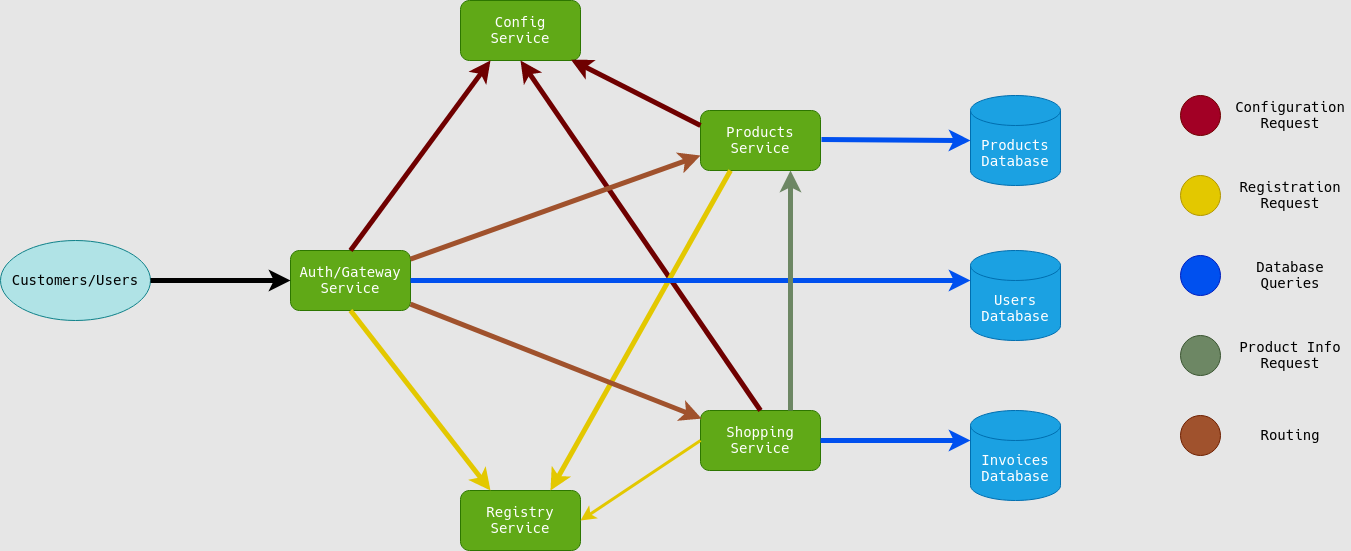
SirNoob97/OnlineStore keeps this draw.io diagram as diagram.png. Above is the earlier version. Source tidied: cells renumbered, new cells last; positions are measured from the earlier drawing's top-left corner, leaving out a move shared by most shapes.
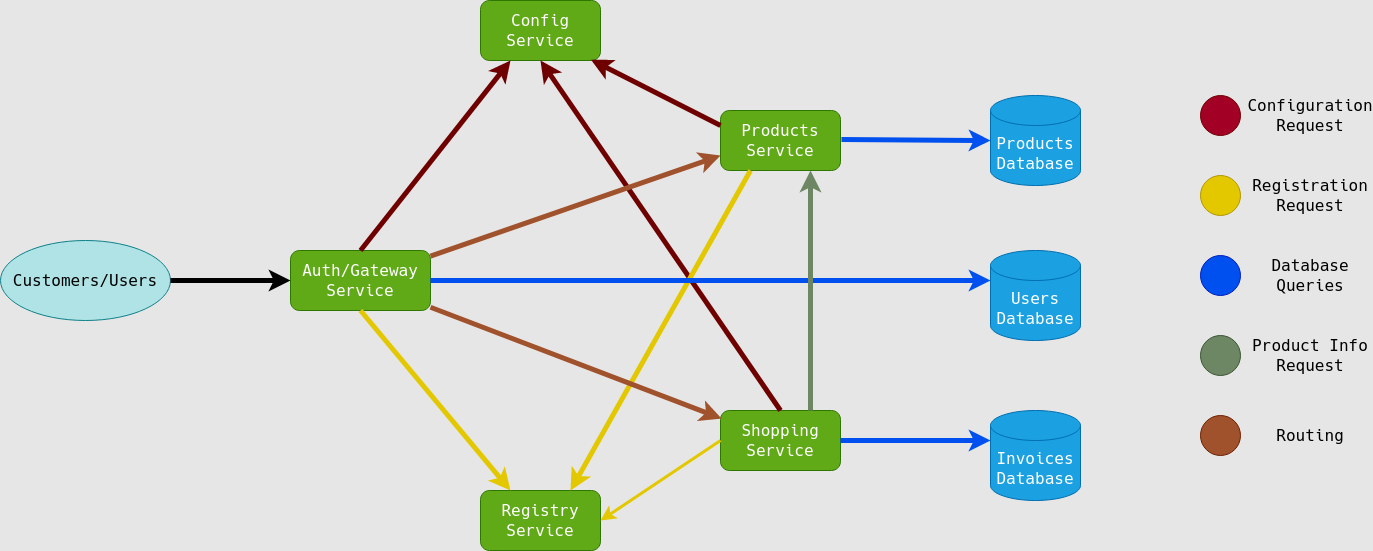
Later version of the same file.

Commit message:
16px size font

What changed in the source:
```diff
@@ -2,103 +2,103 @@
   <root>
     <mxCell id="0" style="html=1;" />
     <mxCell id="1" style="html=1;" parent="0" />
-    <mxCell id="2" value="Auth/Gateway Service" style="rounded=1;whiteSpace=wrap;html=1;fillColor=#60a917;strokeColor=#2D7600;fontColor=#ffffff;fontFamily=Verdana;fontSize=14;" parent="1" vertex="1">
-      <mxGeometry x="290" y="250" width="120" height="60" as="geometry" />
+    <mxCell id="2" value="Auth/Gateway Service" style="rounded=1;whiteSpace=wrap;html=1;fillColor=#60a917;strokeColor=#2D7600;fontColor=#ffffff;fontFamily=Verdana;fontSize=16;" parent="1" vertex="1">
+      <mxGeometry x="270" y="250" width="140" height="60" as="geometry" />
     </mxCell>
-    <mxCell id="3" value="Products Service" style="rounded=1;whiteSpace=wrap;html=1;fillColor=#60a917;strokeColor=#2D7600;fontColor=#ffffff;fontFamily=Verdana;fontSize=14;" parent="1" vertex="1">
+    <mxCell id="3" value="Products Service" style="rounded=1;whiteSpace=wrap;html=1;fillColor=#60a917;strokeColor=#2D7600;fontColor=#ffffff;fontFamily=Verdana;fontSize=16;" parent="1" vertex="1">
       <mxGeometry x="700" y="110" width="120" height="60" as="geometry" />
     </mxCell>
-    <mxCell id="4" value="Shopping Service" style="rounded=1;whiteSpace=wrap;html=1;fillColor=#60a917;strokeColor=#2D7600;fontColor=#ffffff;fontFamily=Verdana;fontSize=14;" parent="1" vertex="1">
+    <mxCell id="4" value="Shopping Service" style="rounded=1;whiteSpace=wrap;html=1;fillColor=#60a917;strokeColor=#2D7600;fontColor=#ffffff;fontFamily=Verdana;fontSize=16;" parent="1" vertex="1">
       <mxGeometry x="700" y="410" width="120" height="60" as="geometry" />
     </mxCell>
-    <mxCell id="5" value="Config Service" style="rounded=1;whiteSpace=wrap;html=1;fillColor=#60a917;strokeColor=#2D7600;fontColor=#ffffff;fontFamily=Verdana;fontSize=14;" parent="1" vertex="1">
+    <mxCell id="5" value="Config Service" style="rounded=1;whiteSpace=wrap;html=1;fillColor=#60a917;strokeColor=#2D7600;fontColor=#ffffff;fontFamily=Verdana;fontSize=16;" parent="1" vertex="1">
       <mxGeometry x="460" width="120" height="60" as="geometry" />
     </mxCell>
-    <mxCell id="6" value="Registry Service" style="rounded=1;whiteSpace=wrap;html=1;fillColor=#60a917;strokeColor=#2D7600;fontColor=#ffffff;fontFamily=Verdana;fontSize=14;" parent="1" vertex="1">
+    <mxCell id="6" value="Registry Service" style="rounded=1;whiteSpace=wrap;html=1;fillColor=#60a917;strokeColor=#2D7600;fontColor=#ffffff;fontFamily=Verdana;fontSize=16;" parent="1" vertex="1">
       <mxGeometry x="460" y="490" width="120" height="60" as="geometry" />
     </mxCell>
-    <mxCell id="7" value="&lt;div&gt;Products&lt;/div&gt;&lt;div&gt;Database&lt;/div&gt;" style="shape=cylinder3;whiteSpace=wrap;html=1;boundedLbl=1;backgroundOutline=1;size=15;fontFamily=Verdana;fillColor=#1ba1e2;strokeColor=#006EAF;fontColor=#ffffff;fontSize=14;" parent="1" vertex="1">
+    <mxCell id="7" value="&lt;div style=&quot;font-size: 16px;&quot;&gt;Products&lt;/div&gt;&lt;div style=&quot;font-size: 16px;&quot;&gt;Database&lt;/div&gt;" style="shape=cylinder3;whiteSpace=wrap;html=1;boundedLbl=1;backgroundOutline=1;size=15;fontFamily=Verdana;fillColor=#1ba1e2;strokeColor=#006EAF;fontColor=#ffffff;fontSize=16;" parent="1" vertex="1">
       <mxGeometry x="970" y="95" width="90" height="90" as="geometry" />
     </mxCell>
-    <mxCell id="8" value="&lt;div&gt;Users&lt;/div&gt;&lt;div&gt;Database&lt;/div&gt;" style="shape=cylinder3;whiteSpace=wrap;html=1;boundedLbl=1;backgroundOutline=1;size=15;fontFamily=Verdana;fillColor=#1ba1e2;strokeColor=#006EAF;fontColor=#ffffff;fontSize=14;" parent="1" vertex="1">
+    <mxCell id="8" value="&lt;div style=&quot;font-size: 16px;&quot;&gt;Users&lt;/div&gt;&lt;div style=&quot;font-size: 16px;&quot;&gt;Database&lt;/div&gt;" style="shape=cylinder3;whiteSpace=wrap;html=1;boundedLbl=1;backgroundOutline=1;size=15;fontFamily=Verdana;fillColor=#1ba1e2;strokeColor=#006EAF;fontColor=#ffffff;fontSize=16;" parent="1" vertex="1">
       <mxGeometry x="970" y="250" width="90" height="90" as="geometry" />
     </mxCell>
-    <mxCell id="9" value="&lt;div&gt;Invoices&lt;/div&gt;&lt;div&gt;Database&lt;/div&gt;" style="shape=cylinder3;whiteSpace=wrap;html=1;boundedLbl=1;backgroundOutline=1;size=15;fontFamily=Verdana;fillColor=#1ba1e2;strokeColor=#006EAF;fontColor=#ffffff;fontSize=14;" parent="1" vertex="1">
+    <mxCell id="9" value="&lt;div style=&quot;font-size: 16px;&quot;&gt;Invoices&lt;/div&gt;&lt;div style=&quot;font-size: 16px;&quot;&gt;Database&lt;/div&gt;" style="shape=cylinder3;whiteSpace=wrap;html=1;boundedLbl=1;backgroundOutline=1;size=15;fontFamily=Verdana;fillColor=#1ba1e2;strokeColor=#006EAF;fontColor=#ffffff;fontSize=16;" parent="1" vertex="1">
       <mxGeometry x="970" y="410" width="90" height="90" as="geometry" />
     </mxCell>
-    <mxCell id="10" style="endArrow=classic;html=1;fontFamily=Verdana;fontSize=14;exitX=0.5;exitY=0;exitDx=0;exitDy=0;entryX=0.25;entryY=1;entryDx=0;entryDy=0;fillColor=#a20025;strokeColor=#6F0000;strokeWidth=5;" parent="1" edge="1" source="2" target="5">
+    <mxCell id="10" style="endArrow=classic;html=1;fontFamily=Verdana;fontSize=16;exitX=0.5;exitY=0;exitDx=0;exitDy=0;entryX=0.25;entryY=1;entryDx=0;entryDy=0;fillColor=#a20025;strokeColor=#6F0000;strokeWidth=5;" parent="1" edge="1" source="2" target="5">
       <mxGeometry relative="1" as="geometry" />
     </mxCell>
-    <mxCell id="11" style="endArrow=classic;html=1;fontFamily=Verdana;fontSize=14;entryX=0.921;entryY=0.988;entryDx=0;entryDy=0;exitX=0;exitY=0.25;exitDx=0;exitDy=0;entryPerimeter=0;fillColor=#a20025;strokeColor=#6F0000;strokeWidth=5;" parent="1" edge="1" source="3" target="5">
+    <mxCell id="11" style="endArrow=classic;html=1;fontFamily=Verdana;fontSize=16;entryX=0.921;entryY=0.988;entryDx=0;entryDy=0;exitX=0;exitY=0.25;exitDx=0;exitDy=0;entryPerimeter=0;fillColor=#a20025;strokeColor=#6F0000;strokeWidth=5;" parent="1" edge="1" source="3" target="5">
       <mxGeometry relative="1" as="geometry" />
     </mxCell>
-    <mxCell id="12" style="endArrow=classic;html=1;fontFamily=Verdana;fontSize=14;exitX=0.5;exitY=0;exitDx=0;exitDy=0;entryX=0.5;entryY=1;entryDx=0;entryDy=0;fillColor=#a20025;strokeColor=#6F0000;strokeWidth=5;" parent="1" edge="1" source="4" target="5">
+    <mxCell id="12" style="endArrow=classic;html=1;fontFamily=Verdana;fontSize=16;exitX=0.5;exitY=0;exitDx=0;exitDy=0;entryX=0.5;entryY=1;entryDx=0;entryDy=0;fillColor=#a20025;strokeColor=#6F0000;strokeWidth=5;" parent="1" edge="1" source="4" target="5">
       <mxGeometry relative="1" as="geometry" />
     </mxCell>
-    <mxCell id="13" style="endArrow=classic;html=1;fontFamily=Verdana;fontSize=14;exitX=0.25;exitY=1;exitDx=0;exitDy=0;entryX=0.75;entryY=0;entryDx=0;entryDy=0;fillColor=#e3c800;strokeColor=#E3C800;strokeWidth=5;" parent="1" edge="1" source="3" target="6">
+    <mxCell id="13" style="endArrow=classic;html=1;fontFamily=Verdana;fontSize=16;exitX=0.25;exitY=1;exitDx=0;exitDy=0;entryX=0.75;entryY=0;entryDx=0;entryDy=0;fillColor=#e3c800;strokeColor=#E3C800;strokeWidth=5;" parent="1" edge="1" source="3" target="6">
       <mxGeometry relative="1" as="geometry" />
     </mxCell>
-    <mxCell id="14" style="endArrow=classic;html=1;fontFamily=Verdana;fontSize=14;exitX=0;exitY=0.5;exitDx=0;exitDy=0;entryX=1;entryY=0.5;entryDx=0;entryDy=0;fillColor=#e3c800;strokeColor=#E3C800;strokeWidth=3;" parent="1" edge="1" source="4" target="6">
+    <mxCell id="14" style="endArrow=classic;html=1;fontFamily=Verdana;fontSize=16;exitX=0;exitY=0.5;exitDx=0;exitDy=0;entryX=1;entryY=0.5;entryDx=0;entryDy=0;fillColor=#e3c800;strokeColor=#E3C800;strokeWidth=3;" parent="1" edge="1" source="4" target="6">
       <mxGeometry relative="1" as="geometry" />
     </mxCell>
-    <mxCell id="15" style="endArrow=classic;html=1;fontFamily=Verdana;fontSize=14;exitX=0.5;exitY=1;exitDx=0;exitDy=0;entryX=0.25;entryY=0;entryDx=0;entryDy=0;fillColor=#e3c800;strokeColor=#E3C800;strokeWidth=5;" parent="1" edge="1" source="2" target="6">
+    <mxCell id="15" style="endArrow=classic;html=1;fontFamily=Verdana;fontSize=16;exitX=0.5;exitY=1;exitDx=0;exitDy=0;entryX=0.25;entryY=0;entryDx=0;entryDy=0;fillColor=#e3c800;strokeColor=#E3C800;strokeWidth=5;" parent="1" edge="1" source="2" target="6">
       <mxGeometry relative="1" as="geometry" />
     </mxCell>
-    <mxCell id="16" style="endArrow=classic;html=1;fontFamily=Verdana;fontSize=14;exitX=1;exitY=0.5;exitDx=0;exitDy=0;entryX=0;entryY=0;entryDx=0;entryDy=30;entryPerimeter=0;fillColor=#0050ef;strokeColor=#0050EF;strokeWidth=5;" parent="1" edge="1" source="2" target="8">
+    <mxCell id="16" style="endArrow=classic;html=1;fontFamily=Verdana;fontSize=16;exitX=1;exitY=0.5;exitDx=0;exitDy=0;entryX=0;entryY=0;entryDx=0;entryDy=30;entryPerimeter=0;fillColor=#0050ef;strokeColor=#0050EF;strokeWidth=5;" parent="1" edge="1" source="2" target="8">
       <mxGeometry relative="1" as="geometry" />
     </mxCell>
-    <mxCell id="17" style="endArrow=classic;html=1;fontFamily=Verdana;fontSize=14;exitX=1;exitY=0.5;exitDx=0;exitDy=0;entryX=0;entryY=0;entryDx=0;entryDy=30;entryPerimeter=0;fillColor=#0050ef;strokeColor=#0050EF;strokeWidth=5;" parent="1" edge="1" source="4" target="9">
+    <mxCell id="17" style="endArrow=classic;html=1;fontFamily=Verdana;fontSize=16;exitX=1;exitY=0.5;exitDx=0;exitDy=0;entryX=0;entryY=0;entryDx=0;entryDy=30;entryPerimeter=0;fillColor=#0050ef;strokeColor=#0050EF;strokeWidth=5;" parent="1" edge="1" source="4" target="9">
       <mxGeometry relative="1" as="geometry" />
     </mxCell>
-    <mxCell id="18" style="endArrow=classic;html=1;fontFamily=Verdana;fontSize=14;exitX=1;exitY=0.5;exitDx=0;exitDy=0;fillColor=#0050ef;strokeColor=#0050EF;strokeWidth=5;" parent="1" edge="1">
+    <mxCell id="18" style="endArrow=classic;html=1;fontFamily=Verdana;fontSize=16;exitX=1;exitY=0.5;exitDx=0;exitDy=0;fillColor=#0050ef;strokeColor=#0050EF;strokeWidth=5;" parent="1" edge="1">
       <mxGeometry relative="1" as="geometry">
         <mxPoint x="821" y="139" as="sourcePoint" />
         <mxPoint x="970" y="140" as="targetPoint" />
       </mxGeometry>
     </mxCell>
-    <mxCell id="19" style="endArrow=classic;html=1;fontFamily=Verdana;fontSize=14;exitX=0.75;exitY=0;exitDx=0;exitDy=0;entryX=0.75;entryY=1;entryDx=0;entryDy=0;fillColor=#6d8764;strokeWidth=5;strokeColor=#6D8764;" parent="1" edge="1" source="4" target="3">
+    <mxCell id="19" style="endArrow=classic;html=1;fontFamily=Verdana;fontSize=16;exitX=0.75;exitY=0;exitDx=0;exitDy=0;entryX=0.75;entryY=1;entryDx=0;entryDy=0;fillColor=#6d8764;strokeWidth=5;strokeColor=#6D8764;" parent="1" edge="1" source="4" target="3">
       <mxGeometry relative="1" as="geometry" />
     </mxCell>
-    <mxCell id="20" style="endArrow=classic;html=1;fontFamily=Verdana;fontSize=14;entryX=0;entryY=0.75;entryDx=0;entryDy=0;fillColor=#a0522d;strokeWidth=5;strokeColor=#A0522D;" parent="1" edge="1" source="2" target="3">
+    <mxCell id="20" style="endArrow=classic;html=1;fontFamily=Verdana;fontSize=16;entryX=0;entryY=0.75;entryDx=0;entryDy=0;fillColor=#a0522d;strokeWidth=5;strokeColor=#A0522D;" parent="1" edge="1" source="2" target="3">
       <mxGeometry relative="1" as="geometry" />
     </mxCell>
-    <mxCell id="21" style="endArrow=classic;html=1;fontFamily=Verdana;fontSize=14;entryX=0.009;entryY=0.135;entryDx=0;entryDy=0;entryPerimeter=0;fillColor=#d80073;strokeWidth=5;strokeColor=#A0522D;" parent="1" edge="1" source="2" target="4">
+    <mxCell id="21" style="endArrow=classic;html=1;fontFamily=Verdana;fontSize=16;entryX=0.009;entryY=0.135;entryDx=0;entryDy=0;entryPerimeter=0;fillColor=#d80073;strokeWidth=5;strokeColor=#A0522D;" parent="1" edge="1" source="2" target="4">
       <mxGeometry relative="1" as="geometry" />
     </mxCell>
-    <mxCell id="22" value="Customers/Users" style="ellipse;whiteSpace=wrap;html=1;fontFamily=Verdana;fontSize=14;fillColor=#b0e3e6;strokeColor=#0e8088;" parent="1" vertex="1">
-      <mxGeometry y="240" width="150" height="80" as="geometry" />
+    <mxCell id="22" value="Customers/Users" style="ellipse;whiteSpace=wrap;html=1;fontFamily=Verdana;fontSize=16;fillColor=#b0e3e6;strokeColor=#0e8088;" parent="1" vertex="1">
+      <mxGeometry x="-20" y="240" width="170" height="80" as="geometry" />
     </mxCell>
-    <mxCell id="23" style="endArrow=classic;html=1;fontFamily=Verdana;fontSize=14;entryX=0;entryY=0.5;entryDx=0;entryDy=0;strokeWidth=5;" parent="1" edge="1" source="22" target="2">
+    <mxCell id="23" style="endArrow=classic;html=1;fontFamily=Verdana;fontSize=16;entryX=0;entryY=0.5;entryDx=0;entryDy=0;strokeWidth=5;" parent="1" edge="1" source="22" target="2">
       <mxGeometry relative="1" as="geometry" />
     </mxCell>
-    <mxCell id="24" style="ellipse;whiteSpace=wrap;html=1;fontFamily=Verdana;fontSize=14;fillColor=#a20025;strokeColor=#6F0000;fontColor=#ffffff;" parent="1" vertex="1">
+    <mxCell id="24" style="ellipse;whiteSpace=wrap;html=1;fontFamily=Verdana;fontSize=16;fillColor=#a20025;strokeColor=#6F0000;fontColor=#ffffff;" parent="1" vertex="1">
       <mxGeometry x="1180" y="95" width="40" height="40" as="geometry" />
     </mxCell>
-    <mxCell id="25" value="&lt;div&gt;Configuration&lt;/div&gt;&lt;div&gt;Request&lt;/div&gt;" style="rounded=0;whiteSpace=wrap;html=1;fontFamily=Verdana;fontSize=14;fillColor=none;strokeColor=none;" parent="1" vertex="1">
+    <mxCell id="25" value="&lt;div style=&quot;font-size: 16px;&quot;&gt;Configuration&lt;/div&gt;&lt;div style=&quot;font-size: 16px;&quot;&gt;Request&lt;/div&gt;" style="rounded=0;whiteSpace=wrap;html=1;fontFamily=Verdana;fontSize=16;fillColor=none;strokeColor=none;" parent="1" vertex="1">
       <mxGeometry x="1230" y="95" width="120" height="40" as="geometry" />
     </mxCell>
-    <mxCell id="26" style="ellipse;whiteSpace=wrap;html=1;fontFamily=Verdana;fontSize=14;fillColor=#e3c800;strokeColor=#B09500;fontColor=#ffffff;" parent="1" vertex="1">
+    <mxCell id="26" style="ellipse;whiteSpace=wrap;html=1;fontFamily=Verdana;fontSize=16;fillColor=#e3c800;strokeColor=#B09500;fontColor=#ffffff;" parent="1" vertex="1">
       <mxGeometry x="1180" y="175" width="40" height="40" as="geometry" />
     </mxCell>
-    <mxCell id="27" value="&lt;div&gt;Registration&lt;/div&gt;&lt;div&gt;Request&lt;/div&gt;" style="rounded=0;whiteSpace=wrap;html=1;fontFamily=Verdana;fontSize=14;fillColor=none;strokeColor=none;" parent="1" vertex="1">
+    <mxCell id="27" value="&lt;div style=&quot;font-size: 16px;&quot;&gt;Registration&lt;/div&gt;&lt;div style=&quot;font-size: 16px;&quot;&gt;Request&lt;/div&gt;" style="rounded=0;whiteSpace=wrap;html=1;fontFamily=Verdana;fontSize=16;fillColor=none;strokeColor=none;" parent="1" vertex="1">
       <mxGeometry x="1230" y="175" width="120" height="40" as="geometry" />
     </mxCell>
-    <mxCell id="28" style="ellipse;whiteSpace=wrap;html=1;fontFamily=Verdana;fontSize=14;fillColor=#0050ef;strokeColor=#001DBC;fontColor=#ffffff;" parent="1" vertex="1">
+    <mxCell id="28" style="ellipse;whiteSpace=wrap;html=1;fontFamily=Verdana;fontSize=16;fillColor=#0050ef;strokeColor=#001DBC;fontColor=#ffffff;" parent="1" vertex="1">
       <mxGeometry x="1180" y="255" width="40" height="40" as="geometry" />
     </mxCell>
-    <mxCell id="29" value="&lt;div&gt;Database&lt;/div&gt;&lt;div&gt;Queries&lt;br&gt;&lt;/div&gt;" style="rounded=0;whiteSpace=wrap;html=1;fontFamily=Verdana;fontSize=14;fillColor=none;strokeColor=none;" parent="1" vertex="1">
+    <mxCell id="29" value="&lt;div style=&quot;font-size: 16px;&quot;&gt;Database&lt;/div&gt;&lt;div style=&quot;font-size: 16px;&quot;&gt;Queries&lt;br style=&quot;font-size: 16px;&quot;&gt;&lt;/div&gt;" style="rounded=0;whiteSpace=wrap;html=1;fontFamily=Verdana;fontSize=16;fillColor=none;strokeColor=none;" parent="1" vertex="1">
       <mxGeometry x="1230" y="255" width="120" height="40" as="geometry" />
     </mxCell>
-    <mxCell id="30" style="ellipse;whiteSpace=wrap;html=1;fontFamily=Verdana;fontSize=14;strokeColor=#3A5431;fontColor=#ffffff;fillColor=#6d8764;" parent="1" vertex="1">
+    <mxCell id="30" style="ellipse;whiteSpace=wrap;html=1;fontFamily=Verdana;fontSize=16;strokeColor=#3A5431;fontColor=#ffffff;fillColor=#6d8764;" parent="1" vertex="1">
       <mxGeometry x="1180" y="335" width="40" height="40" as="geometry" />
     </mxCell>
-    <mxCell id="31" value="&lt;div&gt;Product Info&lt;/div&gt;&lt;div&gt;Request&lt;br&gt;&lt;/div&gt;" style="rounded=0;whiteSpace=wrap;html=1;fontFamily=Verdana;fontSize=14;fillColor=none;strokeColor=none;" parent="1" vertex="1">
+    <mxCell id="31" value="&lt;div style=&quot;font-size: 16px;&quot;&gt;Product Info&lt;/div&gt;&lt;div style=&quot;font-size: 16px;&quot;&gt;Request&lt;br style=&quot;font-size: 16px;&quot;&gt;&lt;/div&gt;" style="rounded=0;whiteSpace=wrap;html=1;fontFamily=Verdana;fontSize=16;fillColor=none;strokeColor=none;" parent="1" vertex="1">
       <mxGeometry x="1230" y="335" width="120" height="40" as="geometry" />
     </mxCell>
-    <mxCell id="32" style="ellipse;whiteSpace=wrap;html=1;fontFamily=Verdana;fontSize=14;strokeColor=#6D1F00;fontColor=#ffffff;fillColor=#A0522D;" parent="1" vertex="1">
+    <mxCell id="32" style="ellipse;whiteSpace=wrap;html=1;fontFamily=Verdana;fontSize=16;strokeColor=#6D1F00;fontColor=#ffffff;fillColor=#A0522D;" parent="1" vertex="1">
       <mxGeometry x="1180" y="415" width="40" height="40" as="geometry" />
     </mxCell>
-    <mxCell id="33" value="Routing" style="rounded=0;whiteSpace=wrap;html=1;fontFamily=Verdana;fontSize=14;fillColor=none;strokeColor=none;" parent="1" vertex="1">
+    <mxCell id="33" value="Routing" style="rounded=0;whiteSpace=wrap;html=1;fontFamily=Verdana;fontSize=16;fillColor=none;strokeColor=none;" parent="1" vertex="1">
       <mxGeometry x="1230" y="415" width="120" height="40" as="geometry" />
     </mxCell>
   </root>
```
